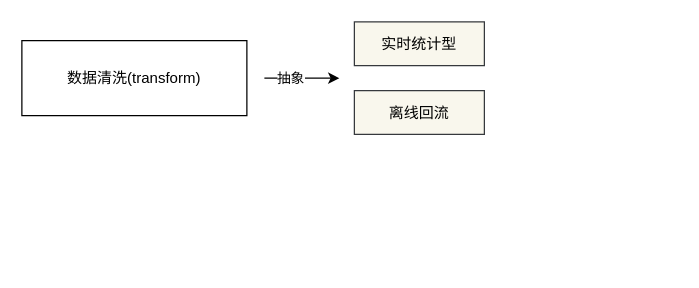
This is struct_abstract.drawio from learn2Pro/draw_io_save, a draw.io file, before an edit. Source tidied: cells renumbered, new cells numbered last; positions are measured from the earlier drawing's top-left corner, leaving out a move shared by most shapes. Both pictures are drawn from the tidied source at 125%, with x=0, y=0 at pixel (21, 21).
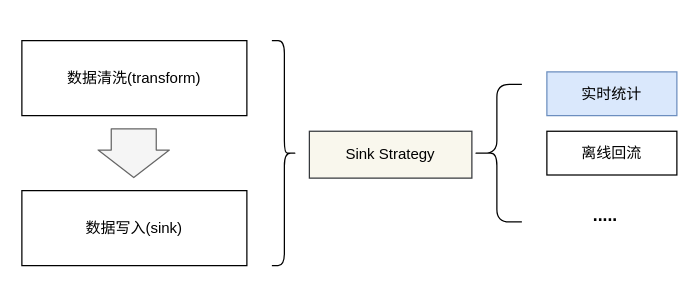
Above is the later version.

The edit, as a diff of the source:
```diff
@@
 <mxGraphModel>
   <root>
     <mxCell id="0" />
     <mxCell id="1" parent="0" />
-    <mxCell id="2" style="endArrow=classic;html=1;" parent="1" edge="1">
-      <mxGeometry relative="1" as="geometry">
-        <mxPoint x="194" y="45" as="sourcePoint" />
-        <mxPoint x="254" y="45" as="targetPoint" />
-      </mxGeometry>
-    </mxCell>
-    <mxCell id="3" value="抽象" style="edgeLabel;html=1;align=center;verticalAlign=middle;" parent="2" vertex="1">
-      <mxGeometry x="-0.34" y="1" relative="1" as="geometry" />
-    </mxCell>
-    <mxCell id="4" value="实时统计型" style="rounded=0;whiteSpace=wrap;html=1;fillColor=#f9f7ed;strokeColor=#36393d;" parent="1" vertex="1">
-      <mxGeometry x="266" width="104" height="35" as="geometry" />
+    <mxCell id="4" value="Sink Strategy" style="rounded=0;whiteSpace=wrap;html=1;fillColor=#f9f7ed;strokeColor=#36393d;" parent="1" vertex="1">
+      <mxGeometry x="230" y="87.5" width="130" height="37.5" as="geometry" />
     </mxCell>
-    <mxCell id="5" value="离线回流" style="rounded=0;whiteSpace=wrap;html=1;fillColor=#f9f7ed;strokeColor=#36393d;" parent="1" vertex="1">
-      <mxGeometry x="266" y="55" width="104" height="35" as="geometry" />
+    <mxCell id="5" value="实时统计" style="rounded=0;whiteSpace=wrap;html=1;fillColor=#dae8fc;strokeColor=#6c8ebf;" parent="1" vertex="1">
+      <mxGeometry x="420" y="40" width="104" height="35" as="geometry" />
     </mxCell>
     <mxCell id="6" value="数据清洗(transform)" style="rounded=0;whiteSpace=wrap;html=1;" parent="1" vertex="1">
       <mxGeometry y="15" width="180" height="60" as="geometry" />
     </mxCell>
+    <mxCell id="7" value="数据写入(sink)" style="rounded=0;whiteSpace=wrap;html=1;" parent="1" vertex="1">
+      <mxGeometry y="135" width="180" height="60" as="geometry" />
+    </mxCell>
+    <mxCell id="8" style="shape=flexArrow;endArrow=classic;html=1;width=36;endSize=7;fillColor=#f5f5f5;strokeColor=#666666;" parent="1" edge="1">
+      <mxGeometry relative="1" as="geometry">
+        <mxPoint x="89.5" y="85" as="sourcePoint" />
+        <mxPoint x="89.5" y="125" as="targetPoint" />
+      </mxGeometry>
+    </mxCell>
+    <mxCell id="9" style="shape=curlyBracket;whiteSpace=wrap;html=1;rounded=1;rotation=-180;" parent="1" vertex="1">
+      <mxGeometry x="200" y="15" width="20" height="180" as="geometry" />
+    </mxCell>
+    <mxCell id="10" style="shape=curlyBracket;whiteSpace=wrap;html=1;rounded=1;rotation=0;" parent="1" vertex="1">
+      <mxGeometry x="360" y="50" width="40" height="110" as="geometry" />
+    </mxCell>
+    <mxCell id="11" value="离线回流" style="rounded=0;whiteSpace=wrap;html=1;" parent="1" vertex="1">
+      <mxGeometry x="420" y="87.5" width="104" height="35" as="geometry" />
+    </mxCell>
+    <mxCell id="12" value="&lt;b&gt;&lt;font style=&quot;font-size: 14px&quot;&gt;.....&lt;/font&gt;&lt;/b&gt;" style="text;html=1;strokeColor=none;fillColor=none;align=center;verticalAlign=middle;whiteSpace=wrap;rounded=0;" parent="1" vertex="1">
+      <mxGeometry x="447" y="145" width="40" height="20" as="geometry" />
+    </mxCell>
   </root>
 </mxGraphModel>
```
